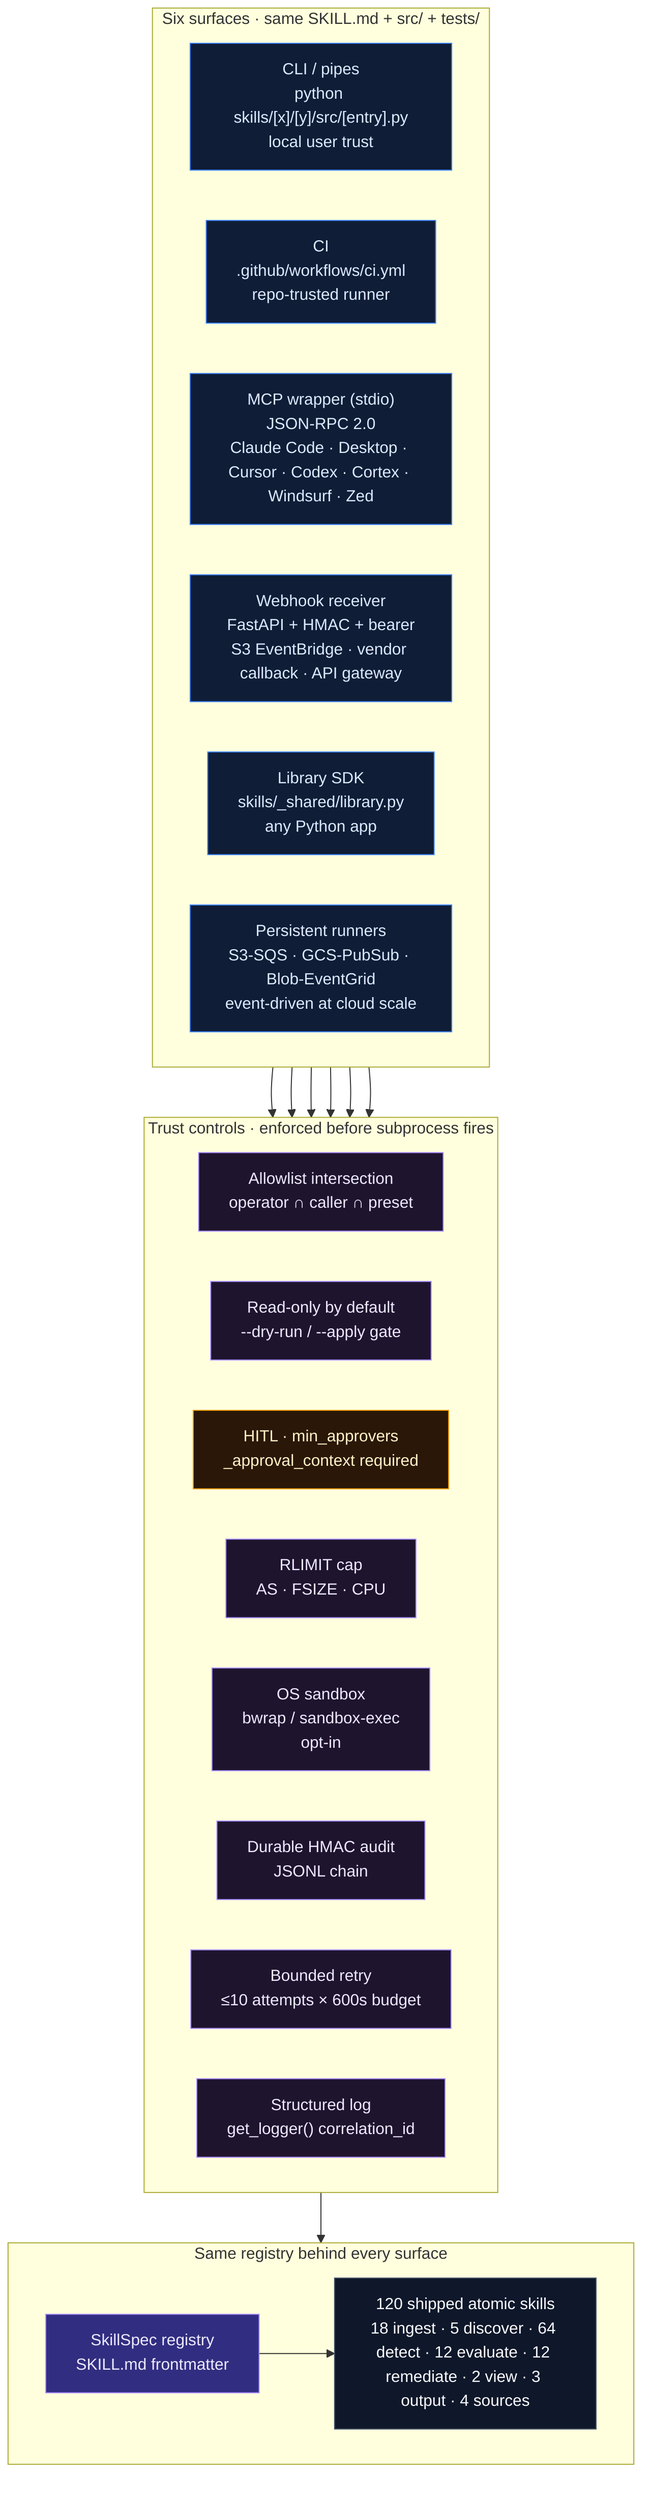
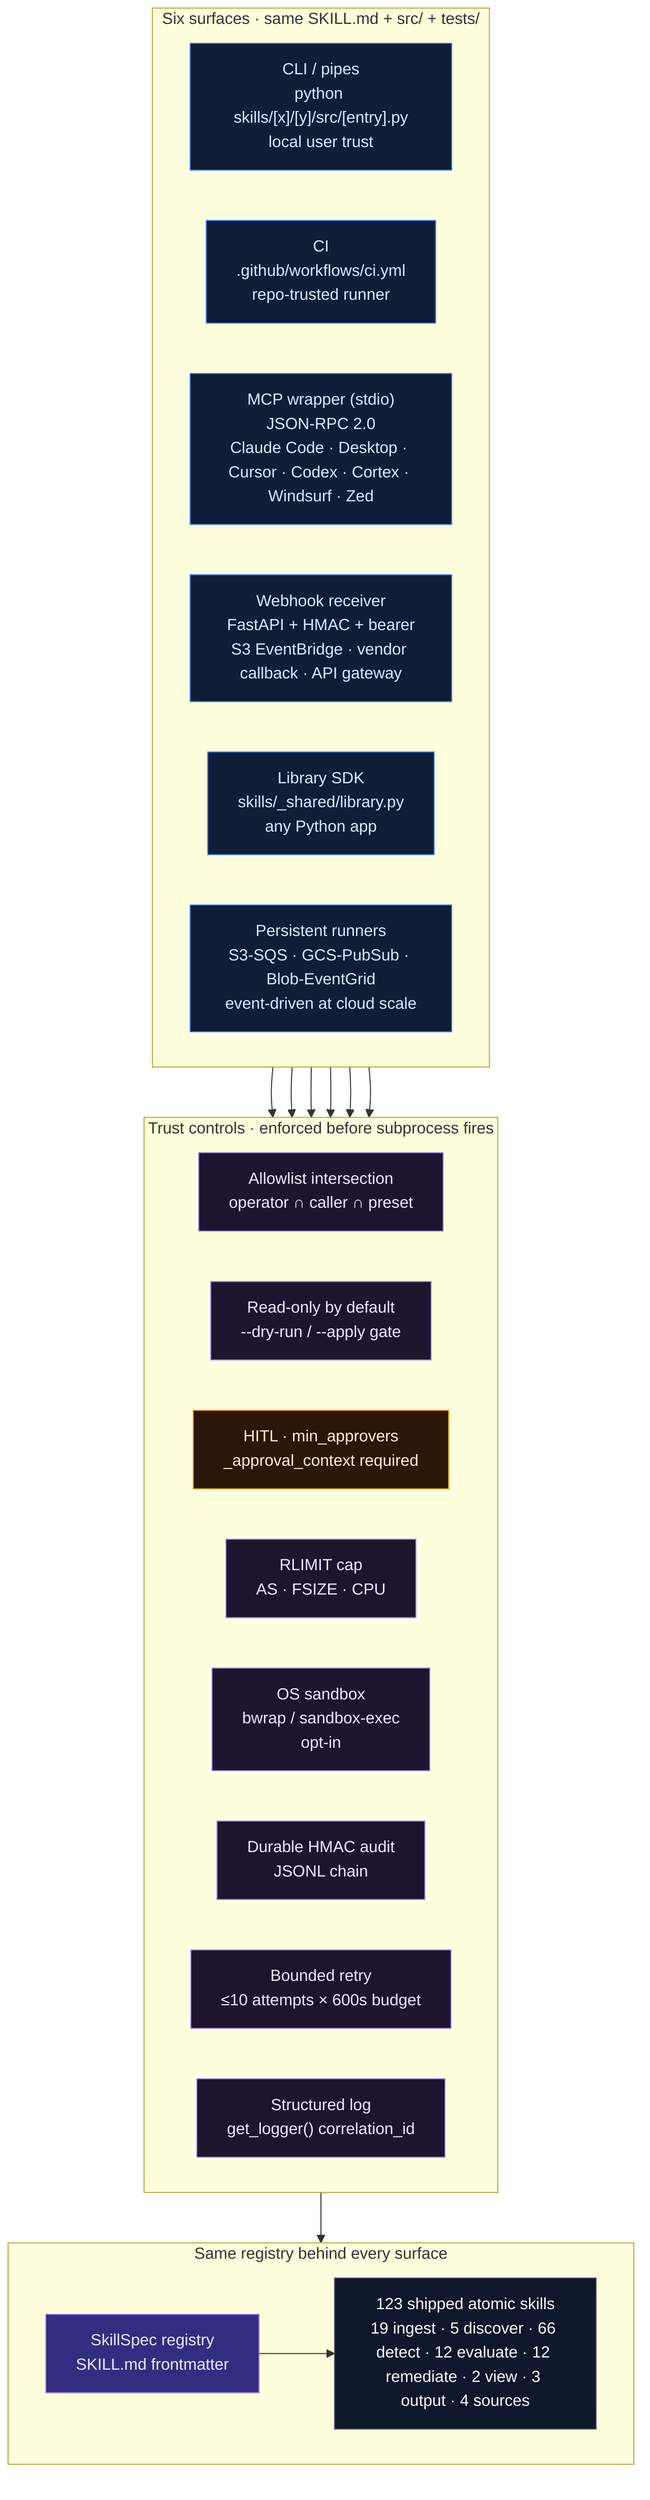
%% Surface comparison — six shipped surfaces with the same skill bundle
%% behind every one. Each surface adds its own transport + auth +
%% guardrail layer; every column converges at the SkillSpec registry
%% and the 120 atomic skills below it.
flowchart TD
  classDef surface fill:#0f1d36,stroke:#3b82f6,color:#dbeafe
  classDef control fill:#1f142e,stroke:#a78bfa,color:#ede9fe
  classDef registry fill:#312e81,stroke:#a78bfa,color:#ede9fe
  classDef skills fill:#0f172a,stroke:#475569,color:#f8fafc
  classDef gate fill:#2a1708,stroke:#f59e0b,color:#fef3c7

  subgraph SURFACES["Six surfaces · same SKILL.md + src/ + tests/"]
    direction LR
    cli["CLI / pipes<br/>python skills/[x]/[y]/src/[entry].py<br/>local user trust"]:::surface
    ci["CI<br/>.github/workflows/ci.yml<br/>repo-trusted runner"]:::surface
    mcp["MCP wrapper (stdio)<br/>JSON-RPC 2.0<br/>Claude Code · Desktop · Cursor · Codex · Cortex · Windsurf · Zed"]:::surface
    web["Webhook receiver<br/>FastAPI + HMAC + bearer<br/>S3 EventBridge · vendor callback · API gateway"]:::surface
    lib["Library SDK<br/>skills/_shared/library.py<br/>any Python app"]:::surface
    runners["Persistent runners<br/>S3-SQS · GCS-PubSub · Blob-EventGrid<br/>event-driven at cloud scale"]:::surface
  end

  subgraph CONTROLS["Trust controls · enforced before subprocess fires"]
    direction LR
    allow["Allowlist intersection<br/>operator ∩ caller ∩ preset"]:::control
    safewrite["Read-only by default<br/>--dry-run / --apply gate"]:::control
    hitl["HITL · min_approvers<br/>_approval_context required"]:::gate
    rlimit["RLIMIT cap<br/>AS · FSIZE · CPU"]:::control
    sandbox["OS sandbox<br/>bwrap / sandbox-exec<br/>opt-in"]:::control
    audit["Durable HMAC audit<br/>JSONL chain"]:::control
    retry["Bounded retry<br/>≤10 attempts × 600s budget"]:::control
    log["Structured log<br/>get_logger() correlation_id"]:::control
  end

  subgraph CORE["Same registry behind every surface"]
    direction LR
    registry["SkillSpec registry<br/>SKILL.md frontmatter"]:::registry
-     skills79["120 shipped atomic skills<br/>18 ingest · 5 discover · 64 detect · 12 evaluate · 12 remediate · 2 view · 3 output · 4 sources"]:::skills
+     skills79["123 shipped atomic skills<br/>19 ingest · 5 discover · 66 detect · 12 evaluate · 12 remediate · 2 view · 3 output · 4 sources"]:::skills
  end

  cli --> CONTROLS
  ci --> CONTROLS
  mcp --> CONTROLS
  web --> CONTROLS
  lib --> CONTROLS
  runners --> CONTROLS

  CONTROLS --> registry
  registry --> skills79
